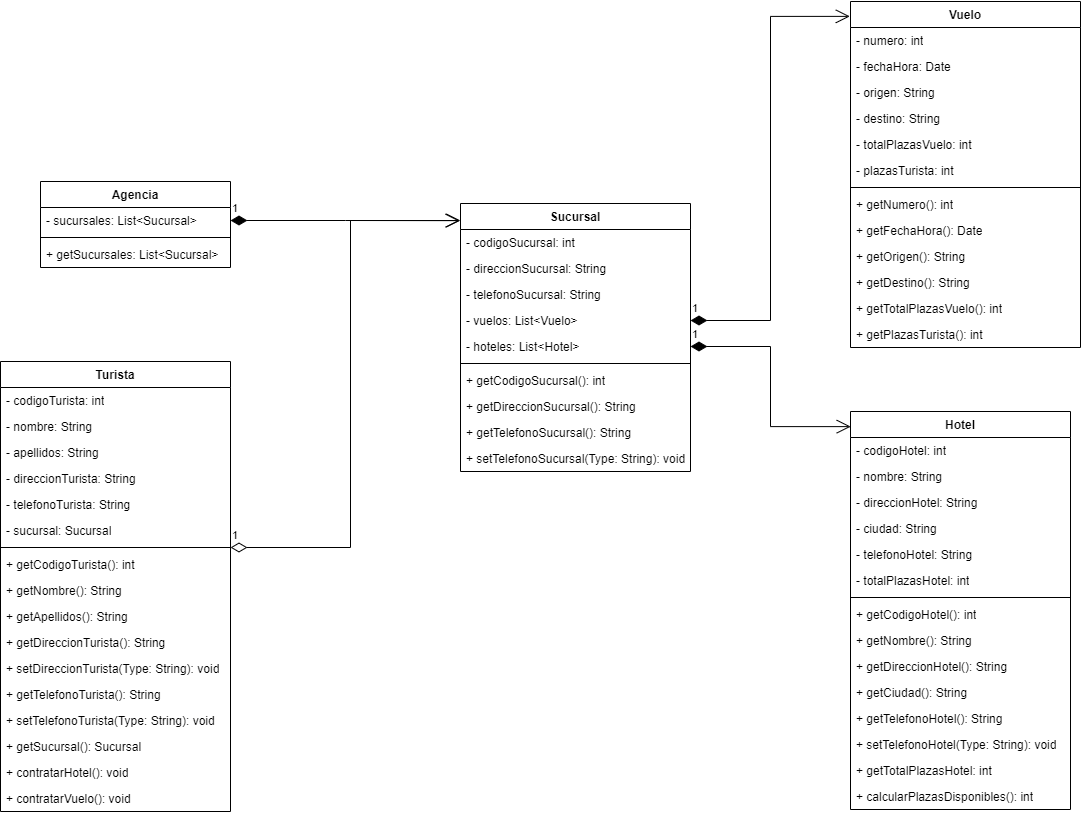
Above: unidad-4/Class-Diagram-Maxi/agencia-viajes-maxi.png in mackstm/ets (draw.io), before the change. Source tidied: cells renumbered, new cells last; positions are measured from the earlier drawing's top-left corner, leaving out a move shared by most shapes.
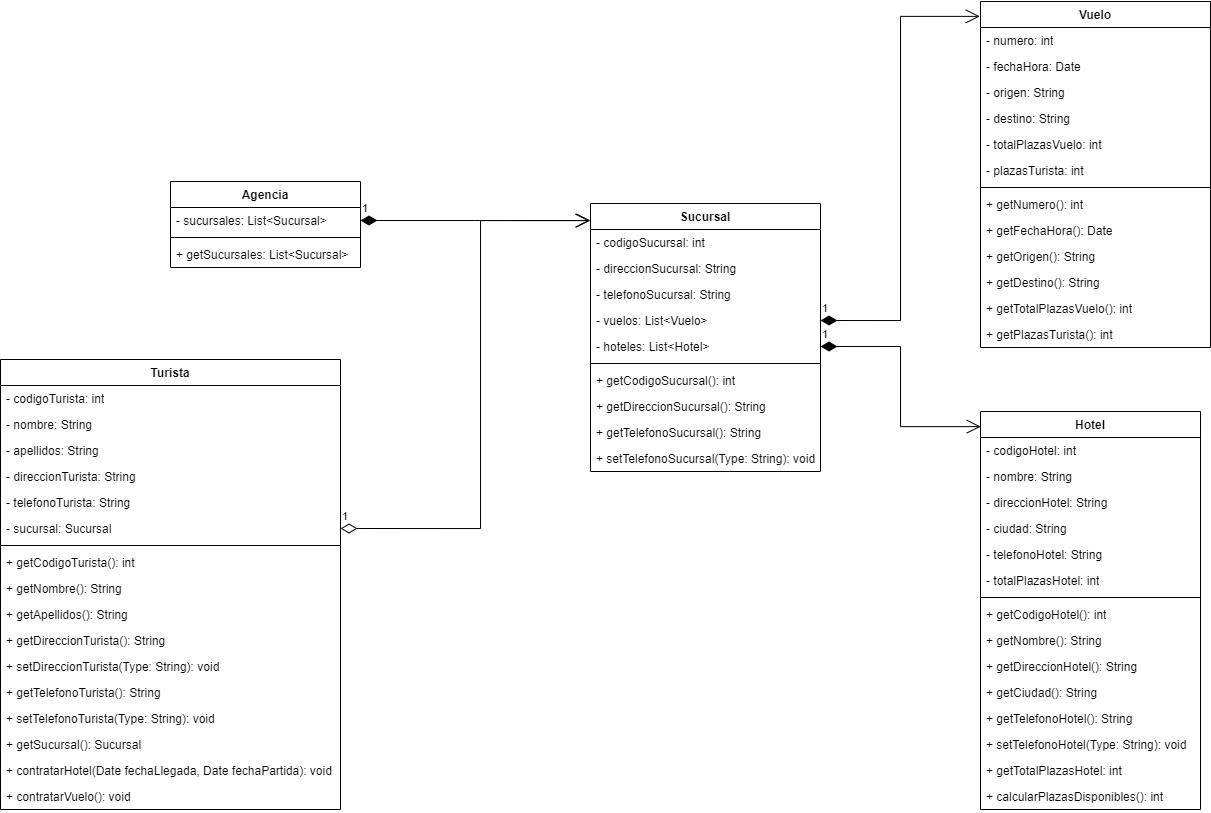
The same diagram one commit later.

The edit, as a diff of the source:
```diff
@@ -138,68 +138,67 @@
       <mxGeometry y="320" width="230" height="26" as="geometry" />
     </mxCell>
     <mxCell id="47" value="Turista" style="swimlane;fontStyle=1;align=center;verticalAlign=top;horizontal=1;startSize=26;whiteSpace=wrap;html=1;" parent="1" vertex="1">
-      <mxGeometry y="360" width="230" height="450" as="geometry" />
+      <mxGeometry x="-130" y="358" width="340" height="450" as="geometry" />
     </mxCell>
     <mxCell id="48" value="- codigoTurista: int" style="text;strokeColor=none;fillColor=none;align=left;verticalAlign=top;spacingLeft=4;spacingRight=4;overflow=hidden;whiteSpace=wrap;html=1;" parent="47" vertex="1">
-      <mxGeometry y="26" width="230" height="26" as="geometry" />
+      <mxGeometry y="26" width="340" height="26" as="geometry" />
     </mxCell>
     <mxCell id="49" value="- nombre: String" style="text;strokeColor=none;fillColor=none;align=left;verticalAlign=top;spacingLeft=4;spacingRight=4;overflow=hidden;whiteSpace=wrap;html=1;" parent="47" vertex="1">
-      <mxGeometry y="52" width="230" height="26" as="geometry" />
+      <mxGeometry y="52" width="340" height="26" as="geometry" />
     </mxCell>
     <mxCell id="50" value="- apellidos: String" style="text;strokeColor=none;fillColor=none;align=left;verticalAlign=top;spacingLeft=4;spacingRight=4;overflow=hidden;whiteSpace=wrap;html=1;" parent="47" vertex="1">
-      <mxGeometry y="78" width="230" height="26" as="geometry" />
+      <mxGeometry y="78" width="340" height="26" as="geometry" />
     </mxCell>
     <mxCell id="51" value="- direccionTurista: String" style="text;strokeColor=none;fillColor=none;align=left;verticalAlign=top;spacingLeft=4;spacingRight=4;overflow=hidden;whiteSpace=wrap;html=1;" parent="47" vertex="1">
-      <mxGeometry y="104" width="230" height="26" as="geometry" />
+      <mxGeometry y="104" width="340" height="26" as="geometry" />
     </mxCell>
     <mxCell id="52" value="- telefonoTurista: String" style="text;strokeColor=none;fillColor=none;align=left;verticalAlign=top;spacingLeft=4;spacingRight=4;overflow=hidden;whiteSpace=wrap;html=1;" parent="47" vertex="1">
-      <mxGeometry y="130" width="230" height="26" as="geometry" />
+      <mxGeometry y="130" width="340" height="26" as="geometry" />
     </mxCell>
     <mxCell id="53" value="- sucursal: Sucursal" style="text;strokeColor=none;fillColor=none;align=left;verticalAlign=top;spacingLeft=4;spacingRight=4;overflow=hidden;points=[[0,0.5],[1,0.5]];portConstraint=eastwest;whiteSpace=wrap;html=1;" parent="47" vertex="1">
-      <mxGeometry y="156" width="230" height="26" as="geometry" />
+      <mxGeometry y="156" width="340" height="26" as="geometry" />
     </mxCell>
     <mxCell id="54" style="line;strokeWidth=1;fillColor=none;align=left;verticalAlign=middle;spacingTop=-1;spacingLeft=3;spacingRight=3;labelPosition=right;strokeColor=inherit;" parent="47" vertex="1">
-      <mxGeometry y="182" width="230" height="8" as="geometry" />
+      <mxGeometry y="182" width="340" height="8" as="geometry" />
     </mxCell>
     <mxCell id="55" value="+ getCodigoTurista(): int" style="text;strokeColor=none;fillColor=none;align=left;verticalAlign=top;spacingLeft=4;spacingRight=4;overflow=hidden;whiteSpace=wrap;html=1;" parent="47" vertex="1">
-      <mxGeometry y="190" width="230" height="26" as="geometry" />
+      <mxGeometry y="190" width="340" height="26" as="geometry" />
     </mxCell>
     <mxCell id="56" value="+ getNombre(): String" style="text;strokeColor=none;fillColor=none;align=left;verticalAlign=top;spacingLeft=4;spacingRight=4;overflow=hidden;whiteSpace=wrap;html=1;" parent="47" vertex="1">
-      <mxGeometry y="216" width="230" height="26" as="geometry" />
+      <mxGeometry y="216" width="340" height="26" as="geometry" />
     </mxCell>
     <mxCell id="57" value="+ getApellidos(): String" style="text;strokeColor=none;fillColor=none;align=left;verticalAlign=top;spacingLeft=4;spacingRight=4;overflow=hidden;whiteSpace=wrap;html=1;" parent="47" vertex="1">
-      <mxGeometry y="242" width="230" height="26" as="geometry" />
+      <mxGeometry y="242" width="340" height="26" as="geometry" />
     </mxCell>
     <mxCell id="58" value="+ getDireccionTurista(): String" style="text;strokeColor=none;fillColor=none;align=left;verticalAlign=top;spacingLeft=4;spacingRight=4;overflow=hidden;whiteSpace=wrap;html=1;" parent="47" vertex="1">
-      <mxGeometry y="268" width="230" height="26" as="geometry" />
+      <mxGeometry y="268" width="340" height="26" as="geometry" />
     </mxCell>
     <mxCell id="59" value="+ setDireccionTurista(Type: String): void" style="text;strokeColor=none;fillColor=none;align=left;verticalAlign=top;spacingLeft=4;spacingRight=4;overflow=hidden;whiteSpace=wrap;html=1;" parent="47" vertex="1">
-      <mxGeometry y="294" width="230" height="26" as="geometry" />
+      <mxGeometry y="294" width="340" height="26" as="geometry" />
     </mxCell>
     <mxCell id="60" value="+ getTelefonoTurista(): String" style="text;strokeColor=none;fillColor=none;align=left;verticalAlign=top;spacingLeft=4;spacingRight=4;overflow=hidden;whiteSpace=wrap;html=1;" parent="47" vertex="1">
-      <mxGeometry y="320" width="230" height="26" as="geometry" />
+      <mxGeometry y="320" width="340" height="26" as="geometry" />
     </mxCell>
     <mxCell id="61" value="+ setTelefonoTurista(Type: String): void" style="text;strokeColor=none;fillColor=none;align=left;verticalAlign=top;spacingLeft=4;spacingRight=4;overflow=hidden;whiteSpace=wrap;html=1;" parent="47" vertex="1">
-      <mxGeometry y="346" width="230" height="26" as="geometry" />
+      <mxGeometry y="346" width="340" height="26" as="geometry" />
     </mxCell>
     <mxCell id="62" value="+ getSucursal(): Sucursal" style="text;strokeColor=none;fillColor=none;align=left;verticalAlign=top;spacingLeft=4;spacingRight=4;overflow=hidden;whiteSpace=wrap;html=1;" parent="47" vertex="1">
-      <mxGeometry y="372" width="230" height="26" as="geometry" />
+      <mxGeometry y="372" width="340" height="26" as="geometry" />
     </mxCell>
-    <mxCell id="63" value="+ contratarHotel(): void" style="text;strokeColor=none;fillColor=none;align=left;verticalAlign=top;spacingLeft=4;spacingRight=4;overflow=hidden;whiteSpace=wrap;html=1;" parent="47" vertex="1">
-      <mxGeometry y="398" width="230" height="26" as="geometry" />
+    <mxCell id="63" value="+ contratarHotel(Date fechaLlegada, Date fechaPartida): void" style="text;strokeColor=none;fillColor=none;align=left;verticalAlign=top;spacingLeft=4;spacingRight=4;overflow=hidden;whiteSpace=wrap;html=1;" parent="47" vertex="1">
+      <mxGeometry y="398" width="340" height="26" as="geometry" />
     </mxCell>
     <mxCell id="64" value="+ contratarVuelo(): void" style="text;strokeColor=none;fillColor=none;align=left;verticalAlign=top;spacingLeft=4;spacingRight=4;overflow=hidden;whiteSpace=wrap;html=1;" parent="47" vertex="1">
-      <mxGeometry y="424" width="230" height="26" as="geometry" />
+      <mxGeometry y="424" width="340" height="26" as="geometry" />
     </mxCell>
     <mxCell id="65" value="1" style="endArrow=open;html=1;endSize=12;startArrow=diamondThin;startSize=14;startFill=1;edgeStyle=orthogonalEdgeStyle;align=left;verticalAlign=bottom;rounded=0;exitX=1;exitY=0.5;exitDx=0;exitDy=0;entryX=-0.004;entryY=0.064;entryDx=0;entryDy=0;entryPerimeter=0;" parent="1" edge="1" source="3" target="6">
       <mxGeometry x="-1" y="3" relative="1" as="geometry" />
     </mxCell>
-    <mxCell id="66" value="1" style="endArrow=open;html=1;endSize=12;startArrow=diamondThin;startSize=14;startFill=0;edgeStyle=orthogonalEdgeStyle;align=left;verticalAlign=bottom;rounded=0;exitX=1;exitY=0.5;exitDx=0;exitDy=0;entryX=0;entryY=0;entryDx=0;entryDy=0;" parent="1" edge="1">
+    <mxCell id="66" value="1" style="endArrow=open;html=1;endSize=12;startArrow=diamondThin;startSize=14;startFill=0;edgeStyle=orthogonalEdgeStyle;align=left;verticalAlign=bottom;rounded=0;exitX=1;exitY=0.5;exitDx=0;exitDy=0;entryX=0;entryY=0;entryDx=0;entryDy=0;" parent="1" edge="1" source="53">
       <mxGeometry x="-1" y="3" relative="1" as="geometry">
-        <mxPoint x="230" y="546" as="sourcePoint" />
         <mxPoint x="460" y="219" as="targetPoint" />
         <Array as="points">
-          <mxPoint x="350" y="546" />
+          <mxPoint x="350" y="527" />
           <mxPoint x="350" y="219" />
         </Array>
       </mxGeometry>
```
